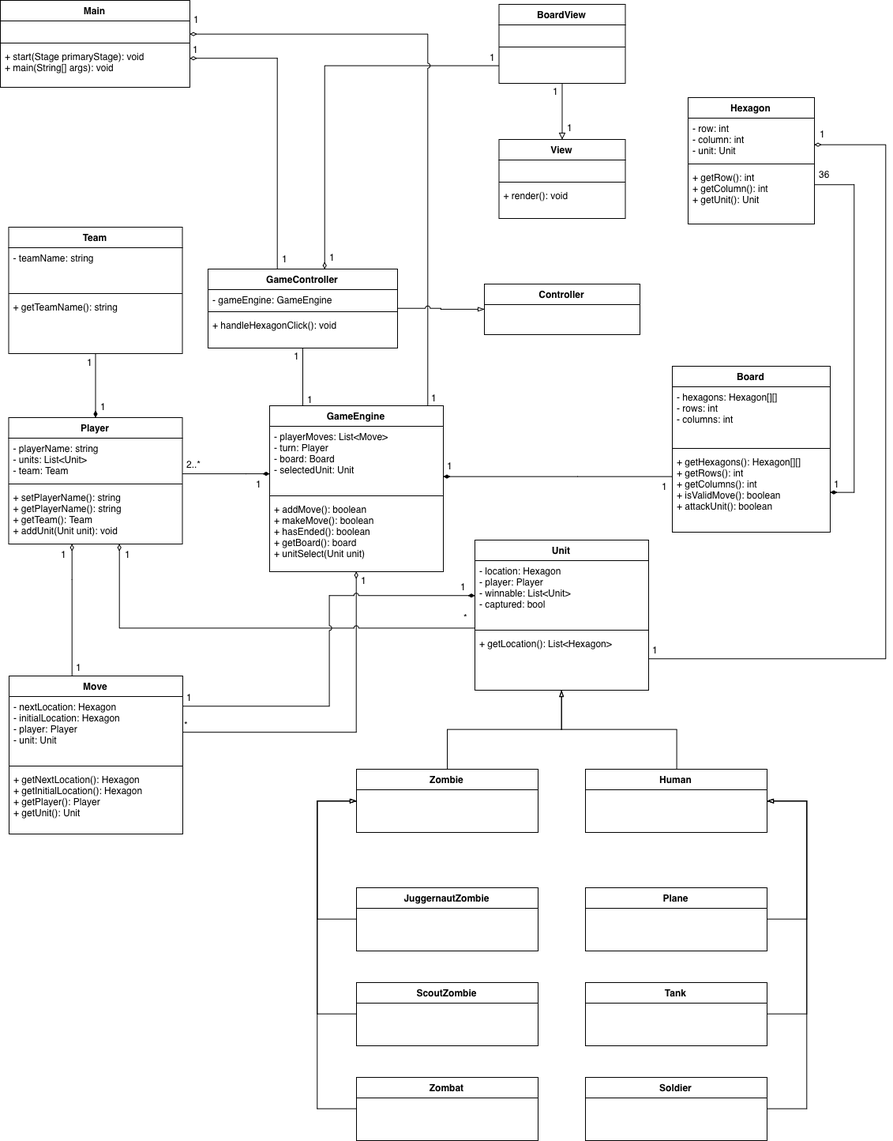
The draw.io diagram diagrams/ClassDiagramV6.png in johnnyhuy/red-alert-2-board-game, before a commit. Source tidied: cells renumbered, new cells last; positions are measured from the earlier drawing's top-left corner, leaving out a move shared by most shapes.
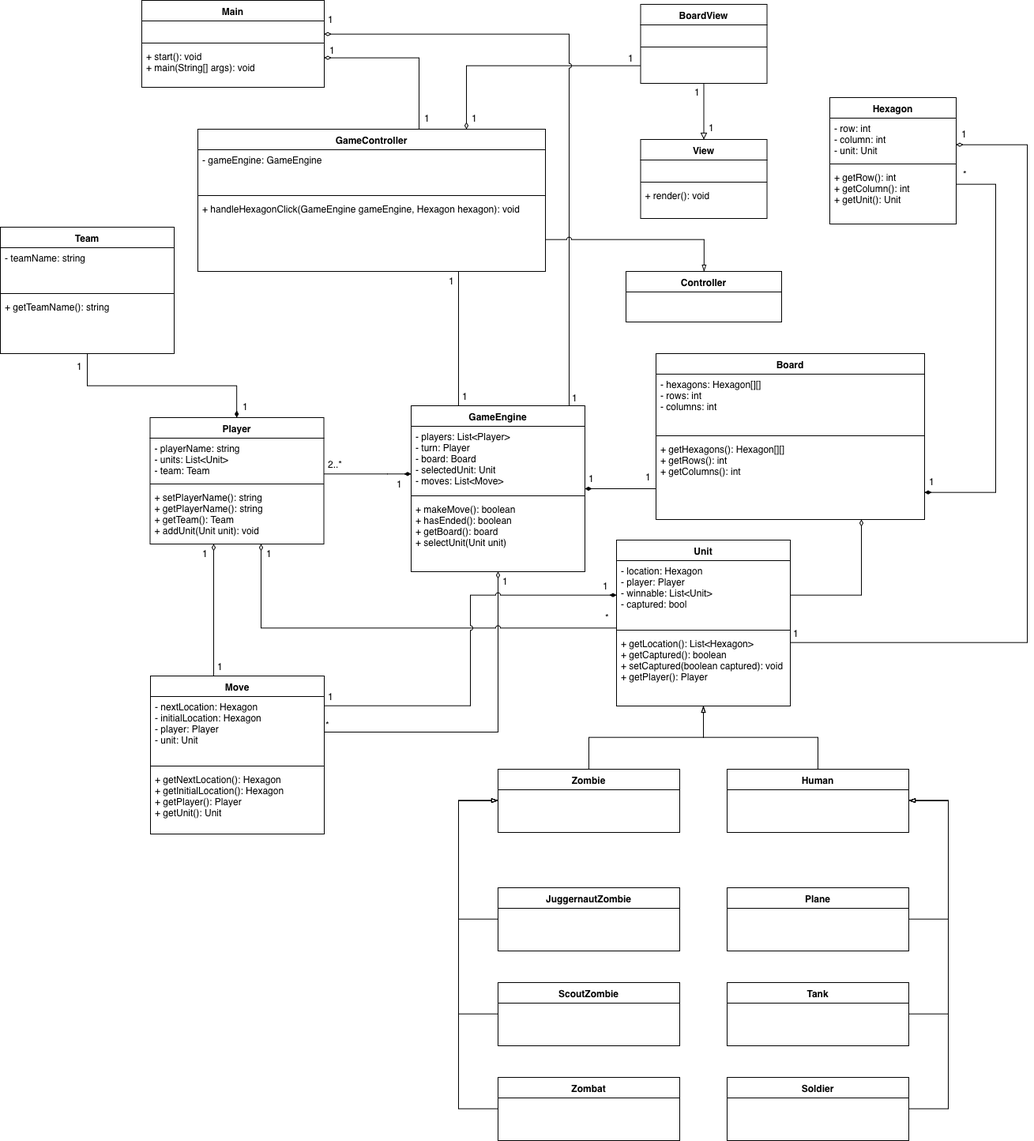
Later version of the same file.

Commit message:
Updated class diagram.

Change to the diagram source:
```diff
@@ -24,29 +24,30 @@
     </mxCell>
     <mxCell id="6" value="1" style="text;html=1;align=center;verticalAlign=middle;labelBackgroundColor=#ffffff;" parent="5" vertex="1">
       <mxGeometry x="0.63" y="1" relative="1" as="geometry">
-        <mxPoint x="8" y="74.5" as="offset" />
+        <mxPoint x="9" y="42" as="offset" />
       </mxGeometry>
     </mxCell>
     <mxCell id="7" value="1" style="text;html=1;align=center;verticalAlign=middle;labelBackgroundColor=#ffffff;" parent="5" vertex="1">
       <mxGeometry x="-0.75" y="-2" relative="1" as="geometry">
-        <mxPoint x="50.5" y="-9" as="offset" />
+        <mxPoint x="24.5" y="-8" as="offset" />
       </mxGeometry>
     </mxCell>
     <mxCell id="8" style="edgeStyle=orthogonalEdgeStyle;rounded=0;jettySize=auto;html=1;endArrow=none;endFill=0;" parent="1" edge="1" source="91" target="33">
       <mxGeometry relative="1" as="geometry">
         <Array as="points">
-          <mxPoint x="383" y="599" />
+          <mxPoint x="401" y="433" />
+          <mxPoint x="401" y="433" />
         </Array>
       </mxGeometry>
     </mxCell>
     <mxCell id="9" value="1" style="text;html=1;align=center;verticalAlign=middle;labelBackgroundColor=#ffffff;" parent="8" vertex="1">
       <mxGeometry x="0.66" y="1" relative="1" as="geometry">
-        <mxPoint x="8" y="4" as="offset" />
+        <mxPoint x="7.5" y="17" as="offset" />
       </mxGeometry>
     </mxCell>
     <mxCell id="10" value="1" style="text;html=1;align=center;verticalAlign=middle;labelBackgroundColor=#ffffff;" parent="8" vertex="1">
       <mxGeometry x="-0.83" y="-1" relative="1" as="geometry">
-        <mxPoint x="-7" y="3.5" as="offset" />
+        <mxPoint x="-7.5" y="-3.5" as="offset" />
       </mxGeometry>
     </mxCell>
     <mxCell id="11" style="edgeStyle=orthogonalEdgeStyle;rounded=0;jettySize=auto;html=1;startArrow=diamondThin;startFill=1;endArrow=none;endFill=0;jumpStyle=arc;" parent="1" edge="1" source="14" target="86">
@@ -57,27 +58,27 @@
         </Array>
       </mxGeometry>
     </mxCell>
-    <mxCell id="12" value="36" style="text;html=1;align=center;verticalAlign=middle;labelBackgroundColor=#ffffff;" parent="11" vertex="1">
+    <mxCell id="12" value="*" style="text;html=1;align=center;verticalAlign=middle;labelBackgroundColor=#ffffff;" parent="11" vertex="1">
       <mxGeometry x="0.78" y="-1" relative="1" as="geometry">
-        <mxPoint x="-39.5" y="-15.5" as="offset" />
+        <mxPoint x="-39.5" y="-21" as="offset" />
       </mxGeometry>
     </mxCell>
     <mxCell id="13" value="1" style="text;html=1;align=center;verticalAlign=middle;labelBackgroundColor=#ffffff;" parent="11" vertex="1">
       <mxGeometry x="-0.61" y="-3" relative="1" as="geometry">
-        <mxPoint x="-25.5" y="50.5" as="offset" />
+        <mxPoint x="-84" y="-1" as="offset" />
       </mxGeometry>
     </mxCell>
     <mxCell id="14" value="Board" style="swimlane;fontStyle=1;align=center;verticalAlign=top;horizontal=1;startSize=26;" parent="1" vertex="1">
-      <mxGeometry x="851" y="463" width="200" height="210" as="geometry" />
+      <mxGeometry x="651" y="447" width="340" height="210" as="geometry" />
     </mxCell>
     <mxCell id="15" value="- hexagons: Hexagon[][]&#10;- rows: int&#10;- columns: int" style="text;strokeColor=none;fillColor=none;align=left;verticalAlign=top;spacingLeft=4;spacingRight=4;overflow=hidden;" parent="14" vertex="1">
-      <mxGeometry y="26" width="200" height="74" as="geometry" />
+      <mxGeometry y="26" width="340" height="74" as="geometry" />
     </mxCell>
     <mxCell id="16" style="line;strokeWidth=1;fillColor=none;align=left;verticalAlign=middle;spacingTop=-1;spacingLeft=3;spacingRight=3;labelPosition=right;" parent="14" vertex="1">
-      <mxGeometry y="100" width="200" height="8" as="geometry" />
+      <mxGeometry y="100" width="340" height="8" as="geometry" />
     </mxCell>
-    <mxCell id="17" value="+ getHexagons(): Hexagon[][]&#10;+ getRows(): int&#10;+ getColumns(): int&#10;+ isValidMove(): boolean&#10;+ attackUnit(): boolean&#10;" style="text;strokeColor=none;fillColor=none;align=left;verticalAlign=top;spacingLeft=4;spacingRight=4;overflow=hidden;" parent="14" vertex="1">
-      <mxGeometry y="108" width="200" height="102" as="geometry" />
+    <mxCell id="17" value="+ getHexagons(): Hexagon[][]&#10;+ getRows(): int&#10;+ getColumns(): int&#10;" style="text;strokeColor=none;fillColor=none;align=left;verticalAlign=top;spacingLeft=4;spacingRight=4;overflow=hidden;" parent="14" vertex="1">
+      <mxGeometry y="108" width="340" height="102" as="geometry" />
     </mxCell>
     <mxCell id="18" style="edgeStyle=orthogonalEdgeStyle;rounded=0;jettySize=auto;html=1;startArrow=diamondThin;startFill=1;endArrow=none;endFill=0;" parent="1" edge="1" source="33" target="14">
       <mxGeometry relative="1" as="geometry">
@@ -89,12 +90,12 @@
     </mxCell>
     <mxCell id="19" value="1" style="text;html=1;align=center;verticalAlign=middle;labelBackgroundColor=#ffffff;" parent="18" vertex="1">
       <mxGeometry y="-16" relative="1" as="geometry">
-        <mxPoint x="-136.5" y="-30" as="offset" />
+        <mxPoint x="-36.5" y="-29" as="offset" />
       </mxGeometry>
     </mxCell>
     <mxCell id="20" value="1" style="text;html=1;align=center;verticalAlign=middle;labelBackgroundColor=#ffffff;" parent="18" vertex="1">
       <mxGeometry x="0.57" y="-1" relative="1" as="geometry">
-        <mxPoint x="52.5" y="11" as="offset" />
+        <mxPoint x="9.5" y="-16" as="offset" />
       </mxGeometry>
     </mxCell>
     <mxCell id="21" style="edgeStyle=orthogonalEdgeStyle;rounded=0;jettySize=auto;html=1;startArrow=blockThin;startFill=0;endArrow=none;endFill=0;" parent="1" edge="1" source="23" target="56">
@@ -103,8 +104,15 @@
     <mxCell id="22" style="edgeStyle=orthogonalEdgeStyle;rounded=0;jettySize=auto;html=1;startArrow=blockThin;startFill=0;endArrow=none;endFill=0;" parent="1" edge="1" source="23" target="60">
       <mxGeometry relative="1" as="geometry" />
     </mxCell>
+    <mxCell id="106" style="edgeStyle=orthogonalEdgeStyle;rounded=0;jettySize=auto;html=1;endArrow=diamondThin;endFill=0;" parent="1" edge="1" source="23" target="14">
+      <mxGeometry relative="1" as="geometry">
+        <Array as="points">
+          <mxPoint x="911" y="753" />
+        </Array>
+      </mxGeometry>
+    </mxCell>
     <mxCell id="23" value="Unit" style="swimlane;fontStyle=1;align=center;verticalAlign=top;horizontal=1;startSize=26;" parent="1" vertex="1">
-      <mxGeometry x="601" y="683" width="220" height="190" as="geometry" />
+      <mxGeometry x="601" y="683" width="220" height="210" as="geometry" />
     </mxCell>
     <mxCell id="24" value="- location: Hexagon&#10;- player: Player&#10;- winnable: List&lt;Unit&gt;&#10;- captured: bool" style="text;strokeColor=none;fillColor=none;align=left;verticalAlign=top;spacingLeft=4;spacingRight=4;overflow=hidden;" parent="23" vertex="1">
       <mxGeometry y="26" width="220" height="84" as="geometry" />
@@ -112,8 +120,8 @@
     <mxCell id="25" style="line;strokeWidth=1;fillColor=none;align=left;verticalAlign=middle;spacingTop=-1;spacingLeft=3;spacingRight=3;labelPosition=right;" parent="23" vertex="1">
       <mxGeometry y="110" width="220" height="8" as="geometry" />
     </mxCell>
-    <mxCell id="26" value="+ getLocation(): List&lt;Hexagon&gt;" style="text;strokeColor=none;fillColor=none;align=left;verticalAlign=top;spacingLeft=4;spacingRight=4;overflow=hidden;points=[[0,0.5],[1,0.5]];portConstraint=eastwest;" parent="23" vertex="1">
-      <mxGeometry y="118" width="220" height="72" as="geometry" />
+    <mxCell id="26" value="+ getLocation(): List&lt;Hexagon&gt;&#10;+ getCaptured(): boolean&#10;+ setCaptured(boolean captured): void&#10;+ getPlayer(): Player&#10;" style="text;strokeColor=none;fillColor=none;align=left;verticalAlign=top;spacingLeft=4;spacingRight=4;overflow=hidden;points=[[0,0.5],[1,0.5]];portConstraint=eastwest;" parent="23" vertex="1">
+      <mxGeometry y="118" width="220" height="92" as="geometry" />
     </mxCell>
     <mxCell id="27" style="edgeStyle=orthogonalEdgeStyle;rounded=0;jettySize=auto;html=1;endArrow=none;endFill=0;startArrow=diamondThin;startFill=0;jumpStyle=arc;" parent="1" edge="1" source="33" target="82">
       <mxGeometry relative="1" as="geometry">
@@ -152,13 +160,13 @@
     <mxCell id="33" value="GameEngine" style="swimlane;fontStyle=1;align=center;verticalAlign=top;horizontal=1;startSize=26;" parent="1" vertex="1">
       <mxGeometry x="341" y="513" width="220" height="210" as="geometry" />
     </mxCell>
-    <mxCell id="34" value="- playerMoves: List&lt;Move&gt;&#10;- turn: Player&#10;- board: Board&#10;- selectedUnit: Unit&#10;" style="text;strokeColor=none;fillColor=none;align=left;verticalAlign=top;spacingLeft=4;spacingRight=4;overflow=hidden;" parent="33" vertex="1">
+    <mxCell id="34" value="- players: List&lt;Player&gt;&#10;- turn: Player&#10;- board: Board&#10;- selectedUnit: Unit&#10;- moves: List&lt;Move&gt;" style="text;strokeColor=none;fillColor=none;align=left;verticalAlign=top;spacingLeft=4;spacingRight=4;overflow=hidden;" parent="33" vertex="1">
       <mxGeometry y="26" width="220" height="84" as="geometry" />
     </mxCell>
     <mxCell id="35" style="line;strokeWidth=1;fillColor=none;align=left;verticalAlign=middle;spacingTop=-1;spacingLeft=3;spacingRight=3;labelPosition=right;" parent="33" vertex="1">
       <mxGeometry y="110" width="220" height="8" as="geometry" />
     </mxCell>
-    <mxCell id="36" value="+ addMove(): boolean&#10;+ makeMove(): boolean&#10;+ hasEnded(): boolean&#10;+ getBoard(): board&#10;+ unitSelect(Unit unit)" style="text;strokeColor=none;fillColor=none;align=left;verticalAlign=top;spacingLeft=4;spacingRight=4;overflow=hidden;" parent="33" vertex="1">
+    <mxCell id="36" value="+ makeMove(): boolean&#10;+ hasEnded(): boolean&#10;+ getBoard(): board&#10;+ selectUnit(Unit unit)" style="text;strokeColor=none;fillColor=none;align=left;verticalAlign=top;spacingLeft=4;spacingRight=4;overflow=hidden;" parent="33" vertex="1">
       <mxGeometry y="118" width="220" height="92" as="geometry" />
     </mxCell>
     <mxCell id="37" style="edgeStyle=orthogonalEdgeStyle;rounded=0;jettySize=auto;html=1;startArrow=none;startFill=0;endArrow=diamondThin;endFill=1;" parent="1" edge="1" source="43" target="33">
@@ -305,12 +313,12 @@
       <mxGeometry y="58" width="160" height="42" as="geometry" />
     </mxCell>
     <mxCell id="69" value="Controller" style="swimlane;fontStyle=1;align=center;verticalAlign=top;horizontal=1;startSize=26;" parent="1" vertex="1" collapsed="1">
-      <mxGeometry x="613" y="359" width="197" height="64" as="geometry" />
+      <mxGeometry x="613" y="343" width="197" height="64" as="geometry" />
     </mxCell>
     <mxCell id="70" style="edgeStyle=orthogonalEdgeStyle;rounded=0;jettySize=auto;html=1;startArrow=none;startFill=0;endArrow=diamondThin;endFill=0;jumpStyle=arc;" parent="1" edge="1" source="26" target="86">
       <mxGeometry relative="1" as="geometry">
         <Array as="points">
-          <mxPoint x="1121" y="833" />
+          <mxPoint x="1121" y="813" />
           <mxPoint x="1121" y="183" />
         </Array>
       </mxGeometry>
@@ -330,12 +338,12 @@
     </mxCell>
     <mxCell id="74" value="1" style="text;html=1;align=center;verticalAlign=middle;labelBackgroundColor=#ffffff;" parent="73" vertex="1">
       <mxGeometry x="-0.79" y="1" relative="1" as="geometry">
-        <mxPoint x="-9" y="2.5" as="offset" />
+        <mxPoint x="-11" y="-12.5" as="offset" />
       </mxGeometry>
     </mxCell>
     <mxCell id="75" value="1" style="text;html=1;align=center;verticalAlign=middle;labelBackgroundColor=#ffffff;" parent="73" vertex="1">
       <mxGeometry x="0.64" relative="1" as="geometry">
-        <mxPoint x="9" y="1" as="offset" />
+        <mxPoint x="19" y="25.5" as="offset" />
       </mxGeometry>
     </mxCell>
     <mxCell id="76" style="edgeStyle=orthogonalEdgeStyle;rounded=0;jettySize=auto;html=1;startArrow=none;startFill=0;endArrow=diamondThin;endFill=0;" parent="1" edge="1" source="82" target="43">
@@ -399,22 +407,27 @@
       <mxGeometry y="88" width="160" height="72" as="geometry" />
     </mxCell>
     <mxCell id="90" style="edgeStyle=orthogonalEdgeStyle;rounded=0;jettySize=auto;html=1;startArrow=none;startFill=0;endArrow=blockThin;endFill=0;jumpStyle=arc;" parent="1" edge="1" source="91" target="69">
-      <mxGeometry relative="1" as="geometry" />
+      <mxGeometry relative="1" as="geometry">
+        <Array as="points">
+          <mxPoint x="383" y="303" />
+          <mxPoint x="712" y="303" />
+        </Array>
+      </mxGeometry>
     </mxCell>
     <mxCell id="91" value="GameController" style="swimlane;fontStyle=1;align=center;verticalAlign=top;horizontal=1;startSize=26;" parent="1" vertex="1">
-      <mxGeometry x="263" y="340" width="240" height="100" as="geometry" />
+      <mxGeometry x="71" y="163" width="440" height="180" as="geometry" />
     </mxCell>
     <mxCell id="92" value="- gameEngine: GameEngine &#10;" style="text;strokeColor=none;fillColor=none;align=left;verticalAlign=top;spacingLeft=4;spacingRight=4;overflow=hidden;" parent="91" vertex="1">
-      <mxGeometry y="26" width="240" height="24" as="geometry" />
+      <mxGeometry y="26" width="440" height="54" as="geometry" />
     </mxCell>
     <mxCell id="93" style="line;strokeWidth=1;fillColor=none;align=left;verticalAlign=middle;spacingTop=-1;spacingLeft=3;spacingRight=3;labelPosition=right;" parent="91" vertex="1">
-      <mxGeometry y="50" width="240" height="8" as="geometry" />
+      <mxGeometry y="80" width="440" height="8" as="geometry" />
     </mxCell>
-    <mxCell id="94" value="+ handleHexagonClick(): void&#10;" style="text;strokeColor=none;fillColor=none;align=left;verticalAlign=top;spacingLeft=4;spacingRight=4;overflow=hidden;" parent="91" vertex="1">
-      <mxGeometry y="58" width="240" height="42" as="geometry" />
+    <mxCell id="94" value="+ handleHexagonClick(GameEngine gameEngine, Hexagon hexagon): void&#10;&#10;" style="text;strokeColor=none;fillColor=none;align=left;verticalAlign=top;spacingLeft=4;spacingRight=4;overflow=hidden;" parent="91" vertex="1">
+      <mxGeometry y="88" width="440" height="92" as="geometry" />
     </mxCell>
     <mxCell id="95" value="Team" style="swimlane;fontStyle=1;align=center;verticalAlign=top;horizontal=1;startSize=26;" parent="1" vertex="1">
-      <mxGeometry x="10.5" y="287" width="220" height="160" as="geometry" />
+      <mxGeometry x="-179" y="287" width="220" height="160" as="geometry" />
     </mxCell>
     <mxCell id="96" value="- teamName: string&#10;" style="text;strokeColor=none;fillColor=none;align=left;verticalAlign=top;spacingLeft=4;spacingRight=4;overflow=hidden;" parent="95" vertex="1">
       <mxGeometry y="26" width="220" height="54" as="geometry" />
@@ -434,25 +447,25 @@
     </mxCell>
     <mxCell id="100" value="1" style="text;html=1;align=center;verticalAlign=middle;labelBackgroundColor=#ffffff;" parent="99" vertex="1">
       <mxGeometry x="0.91" y="2" relative="1" as="geometry">
-        <mxPoint x="7.5" y="3.5" as="offset" />
+        <mxPoint x="8" y="-4.5" as="offset" />
       </mxGeometry>
     </mxCell>
     <mxCell id="101" value="1" style="text;html=1;align=center;verticalAlign=middle;labelBackgroundColor=#ffffff;" parent="99" vertex="1">
       <mxGeometry x="-0.88" relative="1" as="geometry">
-        <mxPoint x="-15" y="-12" as="offset" />
+        <mxPoint x="-2.5" y="-10" as="offset" />
       </mxGeometry>
     </mxCell>
     <mxCell id="102" value="Main" style="swimlane;fontStyle=1;align=center;verticalAlign=top;horizontal=1;startSize=26;" parent="1" vertex="1">
-      <mxGeometry width="240" height="110" as="geometry" />
+      <mxGeometry width="231" height="110" as="geometry" />
     </mxCell>
     <mxCell id="103" value=" &#10;" style="text;strokeColor=none;fillColor=none;align=left;verticalAlign=top;spacingLeft=4;spacingRight=4;overflow=hidden;" parent="102" vertex="1">
-      <mxGeometry y="26" width="240" height="24" as="geometry" />
+      <mxGeometry y="26" width="231" height="24" as="geometry" />
     </mxCell>
     <mxCell id="104" style="line;strokeWidth=1;fillColor=none;align=left;verticalAlign=middle;spacingTop=-1;spacingLeft=3;spacingRight=3;labelPosition=right;" parent="102" vertex="1">
-      <mxGeometry y="50" width="240" height="8" as="geometry" />
+      <mxGeometry y="50" width="231" height="8" as="geometry" />
     </mxCell>
-    <mxCell id="105" value="+ start(Stage primaryStage): void&#10;+ main(String[] args): void&#10;" style="text;strokeColor=none;fillColor=none;align=left;verticalAlign=top;spacingLeft=4;spacingRight=4;overflow=hidden;" parent="102" vertex="1">
-      <mxGeometry y="58" width="240" height="52" as="geometry" />
+    <mxCell id="105" value="+ start(): void&#10;+ main(String[] args): void&#10;" style="text;strokeColor=none;fillColor=none;align=left;verticalAlign=top;spacingLeft=4;spacingRight=4;overflow=hidden;" parent="102" vertex="1">
+      <mxGeometry y="58" width="231" height="52" as="geometry" />
     </mxCell>
   </root>
 </mxGraphModel>
```
